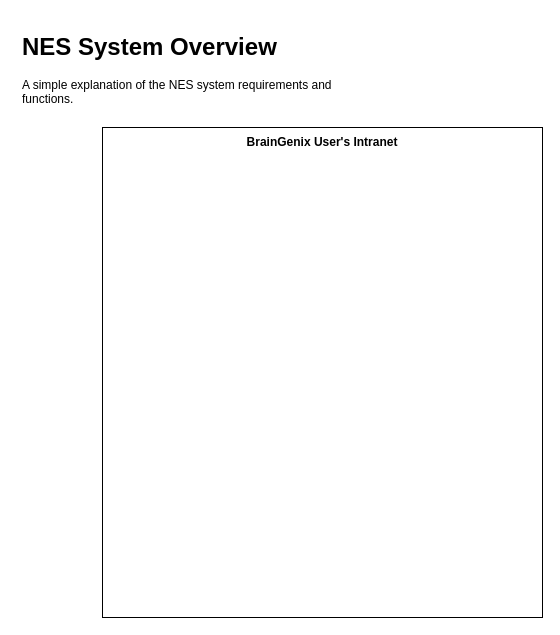
carboncopies/BrainGenix-NES keeps this draw.io diagram as page "System Overview" (1 of 2) of Docs/BrainGenix-NES.drawio. Above is the earlier version. Source tidied: cells renumbered, new cells numbered last; positions are measured from the earlier drawing's top-left corner, leaving out a move shared by most shapes. Both pictures are drawn from the tidied source at 100%, with x=0, y=0 at pixel (17, 27).
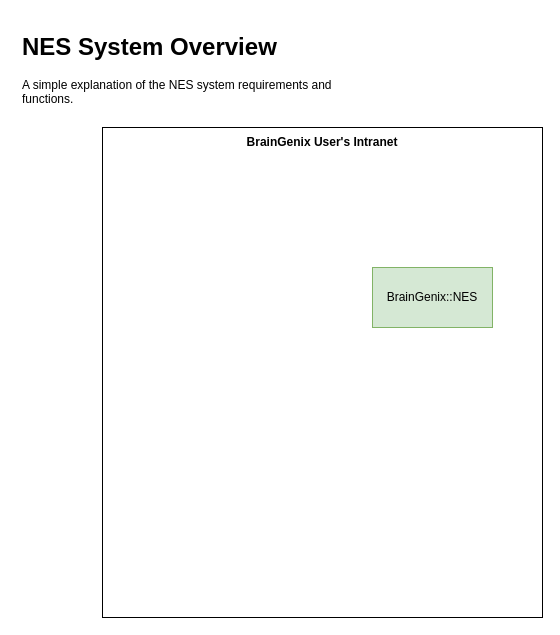
The same diagram, later.

The edit, as a diff of the source:
```diff
@@
 <mxGraphModel>
   <root>
     <mxCell id="0" />
     <mxCell id="1" parent="0" />
     <mxCell id="2" value="&lt;h1&gt;NES System Overview&lt;br&gt;&lt;/h1&gt;&lt;div&gt;A simple explanation of the NES system requirements and functions.&lt;br&gt;&lt;/div&gt;&lt;div&gt;&lt;br&gt;&lt;/div&gt;&lt;div&gt;&lt;br&gt;&lt;/div&gt;&lt;p&gt;&lt;br&gt;&lt;/p&gt;" style="text;html=1;strokeColor=none;fillColor=none;spacing=5;spacingTop=-20;whiteSpace=wrap;overflow=hidden;rounded=0;" parent="1" vertex="1">
       <mxGeometry width="370" height="150" as="geometry" />
     </mxCell>
     <mxCell id="3" style="rounded=0;whiteSpace=wrap;html=1;fontSize=12;glass=0;sketch=0;shadow=0;" parent="1" vertex="1">
       <mxGeometry x="85" y="100" width="440" height="490" as="geometry" />
     </mxCell>
     <mxCell id="4" value="&lt;div&gt;&lt;b&gt;BrainGenix User's Intranet&lt;/b&gt;&lt;/div&gt;" style="text;html=1;strokeColor=none;fillColor=none;align=center;verticalAlign=middle;whiteSpace=wrap;rounded=0;fontSize=12;" parent="1" vertex="1">
       <mxGeometry x="85" y="100" width="440" height="30" as="geometry" />
     </mxCell>
+    <mxCell id="5" value="BrainGenix::NES" style="rounded=0;whiteSpace=wrap;html=1;fontSize=12;fillColor=#d5e8d4;strokeColor=#82b366;" parent="1" vertex="1">
+      <mxGeometry x="355" y="240" width="120" height="60" as="geometry" />
+    </mxCell>
   </root>
 </mxGraphModel>
```
